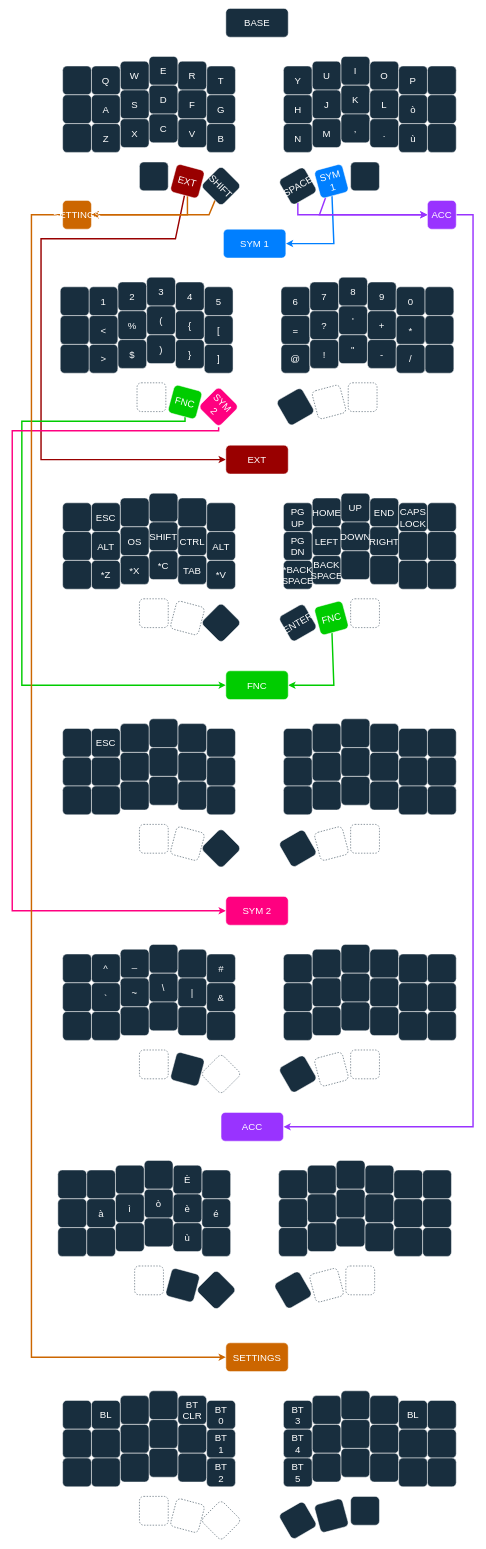
Earlier version of the draw.io diagram Untitled Diagram.drawio (Ajibeckam/zmkcorne). Source tidied: cells renumbered, new cells numbered last; positions are measured from the earlier drawing's top-left corner, leaving out a move shared by most shapes. Both pictures are drawn from the tidied source at 48%, with x=0, y=0 at pixel (12, 8).
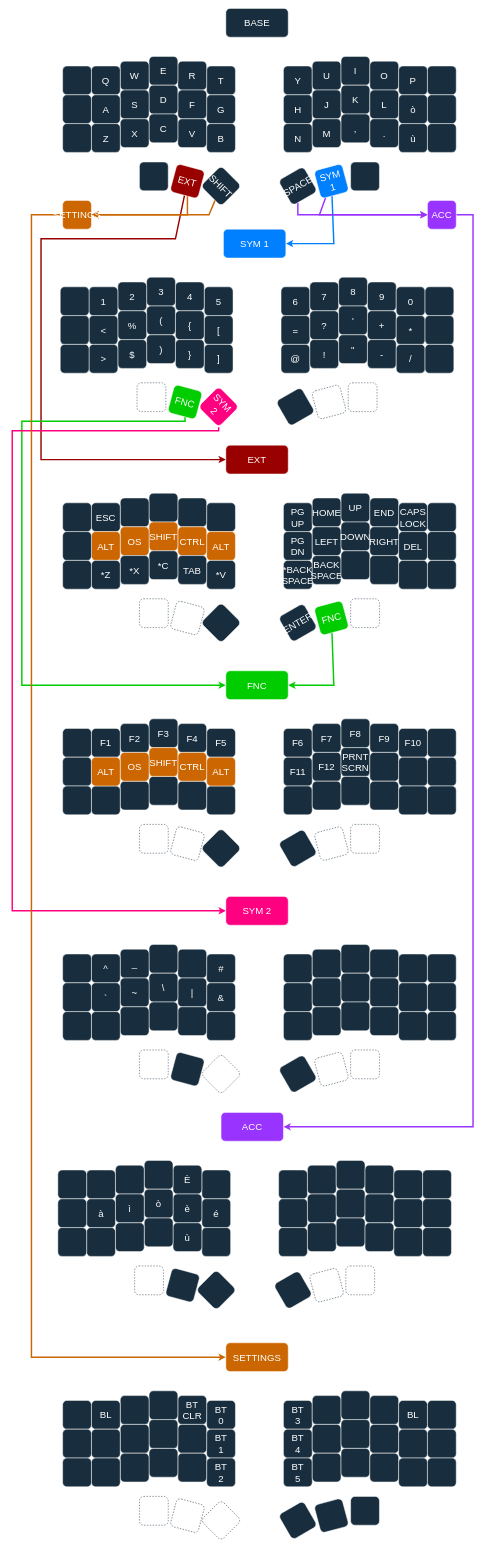
The same diagram, later.

What changed in the source:
```diff
@@
-    <mxCell id="106" style="rounded=1;whiteSpace=wrap;html=1;strokeColor=#FFFFFF;fontColor=#FFFFFF;fillColor=#182E3E;fontSize=20;" parent="1" vertex="1">
+    <mxCell id="106" value="&lt;div&gt;DEL&lt;/div&gt;" style="rounded=1;whiteSpace=wrap;html=1;strokeColor=#FFFFFF;fontColor=#FFFFFF;fillColor=#182E3E;fontSize=20;" parent="1" vertex="1">
       <mxGeometry x="805" y="1090" width="60" height="60" as="geometry" />
     </mxCell>
@@
-    <mxCell id="120" value="ALT" style="rounded=1;whiteSpace=wrap;html=1;strokeColor=#FFFFFF;fontColor=#FFFFFF;fillColor=#182E3E;fontSize=20;" parent="1" vertex="1">
+    <mxCell id="120" value="ALT" style="rounded=1;whiteSpace=wrap;html=1;strokeColor=#FFFFFF;fontColor=#FFFFFF;fillColor=#CC6600;fontSize=20;" parent="1" vertex="1">
       <mxGeometry x="405" y="1090" width="60" height="60" as="geometry" />
     </mxCell>
-    <mxCell id="121" value="CTRL" style="rounded=1;whiteSpace=wrap;html=1;strokeColor=#FFFFFF;fontColor=#FFFFFF;fillColor=#182E3E;fontSize=20;" parent="1" vertex="1">
+    <mxCell id="121" value="CTRL" style="rounded=1;whiteSpace=wrap;html=1;strokeColor=#FFFFFF;fontColor=#FFFFFF;fillColor=#CC6600;fontSize=20;" parent="1" vertex="1">
       <mxGeometry x="345" y="1080" width="60" height="60" as="geometry" />
     </mxCell>
-    <mxCell id="122" value="SHIFT" style="rounded=1;whiteSpace=wrap;html=1;strokeColor=#FFFFFF;fontColor=#FFFFFF;fillColor=#182E3E;fontSize=20;" parent="1" vertex="1">
+    <mxCell id="122" value="SHIFT" style="rounded=1;whiteSpace=wrap;html=1;strokeColor=#FFFFFF;fontColor=#FFFFFF;fillColor=#CC6600;fontSize=20;" parent="1" vertex="1">
       <mxGeometry x="285" y="1070" width="60" height="60" as="geometry" />
     </mxCell>
-    <mxCell id="123" value="OS" style="rounded=1;whiteSpace=wrap;html=1;strokeColor=#FFFFFF;fontColor=#FFFFFF;fillColor=#182E3E;fontSize=20;" parent="1" vertex="1">
+    <mxCell id="123" value="OS" style="rounded=1;whiteSpace=wrap;html=1;strokeColor=#FFFFFF;fontColor=#FFFFFF;fillColor=#CC6600;fontSize=20;" parent="1" vertex="1">
       <mxGeometry x="225" y="1080" width="60" height="60" as="geometry" />
     </mxCell>
-    <mxCell id="124" value="ALT" style="rounded=1;whiteSpace=wrap;html=1;strokeColor=#FFFFFF;fontColor=#FFFFFF;fillColor=#182E3E;fontSize=20;" parent="1" vertex="1">
+    <mxCell id="124" value="ALT" style="rounded=1;whiteSpace=wrap;html=1;strokeColor=#FFFFFF;fontColor=#FFFFFF;fillColor=#CC6600;fontSize=20;" parent="1" vertex="1">
       <mxGeometry x="165" y="1090" width="60" height="60" as="geometry" />
     </mxCell>
@@
-    <mxCell id="142" style="rounded=1;whiteSpace=wrap;html=1;strokeColor=#FFFFFF;fontColor=#FFFFFF;fillColor=#182E3E;fontSize=20;" parent="1" vertex="1">
+    <mxCell id="142" value="F6" style="rounded=1;whiteSpace=wrap;html=1;strokeColor=#FFFFFF;fontColor=#FFFFFF;fillColor=#182E3E;fontSize=20;" parent="1" vertex="1">
       <mxGeometry x="565" y="1500" width="60" height="60" as="geometry" />
     </mxCell>
-    <mxCell id="143" style="rounded=1;whiteSpace=wrap;html=1;strokeColor=#FFFFFF;fontColor=#FFFFFF;fillColor=#182E3E;fontSize=20;" parent="1" vertex="1">
+    <mxCell id="143" value="F7" style="rounded=1;whiteSpace=wrap;html=1;strokeColor=#FFFFFF;fontColor=#FFFFFF;fillColor=#182E3E;fontSize=20;" parent="1" vertex="1">
       <mxGeometry x="625" y="1490" width="60" height="60" as="geometry" />
     </mxCell>
-    <mxCell id="144" style="rounded=1;whiteSpace=wrap;html=1;strokeColor=#FFFFFF;fontColor=#FFFFFF;fillColor=#182E3E;fontSize=20;" parent="1" vertex="1">
+    <mxCell id="144" value="F8" style="rounded=1;whiteSpace=wrap;html=1;strokeColor=#FFFFFF;fontColor=#FFFFFF;fillColor=#182E3E;fontSize=20;" parent="1" vertex="1">
       <mxGeometry x="685" y="1480" width="60" height="60" as="geometry" />
     </mxCell>
-    <mxCell id="145" style="rounded=1;whiteSpace=wrap;html=1;strokeColor=#FFFFFF;fontColor=#FFFFFF;fillColor=#182E3E;fontSize=20;" parent="1" vertex="1">
+    <mxCell id="145" value="F9" style="rounded=1;whiteSpace=wrap;html=1;strokeColor=#FFFFFF;fontColor=#FFFFFF;fillColor=#182E3E;fontSize=20;" parent="1" vertex="1">
       <mxGeometry x="745" y="1490" width="60" height="60" as="geometry" />
     </mxCell>
-    <mxCell id="146" style="rounded=1;whiteSpace=wrap;html=1;strokeColor=#FFFFFF;fontColor=#FFFFFF;fillColor=#182E3E;fontSize=20;" parent="1" vertex="1">
+    <mxCell id="146" value="F10" style="rounded=1;whiteSpace=wrap;html=1;strokeColor=#FFFFFF;fontColor=#FFFFFF;fillColor=#182E3E;fontSize=20;" parent="1" vertex="1">
       <mxGeometry x="805" y="1500" width="60" height="60" as="geometry" />
     </mxCell>
@@
-    <mxCell id="148" style="rounded=1;whiteSpace=wrap;html=1;strokeColor=#FFFFFF;fontColor=#FFFFFF;fillColor=#182E3E;fontSize=20;" parent="1" vertex="1">
+    <mxCell id="148" value="F11" style="rounded=1;whiteSpace=wrap;html=1;strokeColor=#FFFFFF;fontColor=#FFFFFF;fillColor=#182E3E;fontSize=20;" parent="1" vertex="1">
       <mxGeometry x="565" y="1560" width="60" height="60" as="geometry" />
     </mxCell>
-    <mxCell id="149" style="rounded=1;whiteSpace=wrap;html=1;strokeColor=#FFFFFF;fontColor=#FFFFFF;fillColor=#182E3E;fontSize=20;" parent="1" vertex="1">
+    <mxCell id="149" value="F12" style="rounded=1;whiteSpace=wrap;html=1;strokeColor=#FFFFFF;fontColor=#FFFFFF;fillColor=#182E3E;fontSize=20;" parent="1" vertex="1">
       <mxGeometry x="625" y="1550" width="60" height="60" as="geometry" />
     </mxCell>
-    <mxCell id="150" style="rounded=1;whiteSpace=wrap;html=1;strokeColor=#FFFFFF;fontColor=#FFFFFF;fillColor=#182E3E;fontSize=20;" parent="1" vertex="1">
+    <mxCell id="150" value="&lt;div&gt;PRNT&lt;/div&gt;&lt;div&gt;SCRN&lt;br&gt;&lt;/div&gt;" style="rounded=1;whiteSpace=wrap;html=1;strokeColor=#FFFFFF;fontColor=#FFFFFF;fillColor=#182E3E;fontSize=20;" parent="1" vertex="1">
       <mxGeometry x="685" y="1540" width="60" height="60" as="geometry" />
     </mxCell>
@@
-    <mxCell id="160" style="rounded=1;whiteSpace=wrap;html=1;strokeColor=#FFFFFF;fontColor=#FFFFFF;fillColor=#182E3E;fontSize=20;" parent="1" vertex="1">
+    <mxCell id="160" value="F5" style="rounded=1;whiteSpace=wrap;html=1;strokeColor=#FFFFFF;fontColor=#FFFFFF;fillColor=#182E3E;fontSize=20;" parent="1" vertex="1">
       <mxGeometry x="405" y="1500" width="60" height="60" as="geometry" />
     </mxCell>
-    <mxCell id="161" style="rounded=1;whiteSpace=wrap;html=1;strokeColor=#FFFFFF;fontColor=#FFFFFF;fillColor=#182E3E;fontSize=20;" parent="1" vertex="1">
+    <mxCell id="161" value="F4" style="rounded=1;whiteSpace=wrap;html=1;strokeColor=#FFFFFF;fontColor=#FFFFFF;fillColor=#182E3E;fontSize=20;" parent="1" vertex="1">
       <mxGeometry x="345" y="1490" width="60" height="60" as="geometry" />
     </mxCell>
-    <mxCell id="162" style="rounded=1;whiteSpace=wrap;html=1;strokeColor=#FFFFFF;fontColor=#FFFFFF;fillColor=#182E3E;fontSize=20;" parent="1" vertex="1">
+    <mxCell id="162" value="F3" style="rounded=1;whiteSpace=wrap;html=1;strokeColor=#FFFFFF;fontColor=#FFFFFF;fillColor=#182E3E;fontSize=20;" parent="1" vertex="1">
       <mxGeometry x="285" y="1480" width="60" height="60" as="geometry" />
     </mxCell>
-    <mxCell id="163" style="rounded=1;whiteSpace=wrap;html=1;strokeColor=#FFFFFF;fontColor=#FFFFFF;fillColor=#182E3E;fontSize=20;" parent="1" vertex="1">
+    <mxCell id="163" value="F2" style="rounded=1;whiteSpace=wrap;html=1;strokeColor=#FFFFFF;fontColor=#FFFFFF;fillColor=#182E3E;fontSize=20;" parent="1" vertex="1">
       <mxGeometry x="225" y="1490" width="60" height="60" as="geometry" />
     </mxCell>
-    <mxCell id="164" value="ESC" style="rounded=1;whiteSpace=wrap;html=1;strokeColor=#FFFFFF;fontColor=#FFFFFF;fillColor=#182E3E;fontSize=20;" parent="1" vertex="1">
+    <mxCell id="164" value="F1" style="rounded=1;whiteSpace=wrap;html=1;strokeColor=#FFFFFF;fontColor=#FFFFFF;fillColor=#182E3E;fontSize=20;" parent="1" vertex="1">
       <mxGeometry x="165" y="1500" width="60" height="60" as="geometry" />
     </mxCell>
@@
-    <mxCell id="166" style="rounded=1;whiteSpace=wrap;html=1;strokeColor=#FFFFFF;fontColor=#FFFFFF;fillColor=#182E3E;fontSize=20;" parent="1" vertex="1">
-      <mxGeometry x="405" y="1560" width="60" height="60" as="geometry" />
-    </mxCell>
-    <mxCell id="167" style="rounded=1;whiteSpace=wrap;html=1;strokeColor=#FFFFFF;fontColor=#FFFFFF;fillColor=#182E3E;fontSize=20;" parent="1" vertex="1">
-      <mxGeometry x="345" y="1550" width="60" height="60" as="geometry" />
-    </mxCell>
-    <mxCell id="168" style="rounded=1;whiteSpace=wrap;html=1;strokeColor=#FFFFFF;fontColor=#FFFFFF;fillColor=#182E3E;fontSize=20;" parent="1" vertex="1">
-      <mxGeometry x="285" y="1540" width="60" height="60" as="geometry" />
-    </mxCell>
-    <mxCell id="169" style="rounded=1;whiteSpace=wrap;html=1;strokeColor=#FFFFFF;fontColor=#FFFFFF;fillColor=#182E3E;fontSize=20;" parent="1" vertex="1">
-      <mxGeometry x="225" y="1550" width="60" height="60" as="geometry" />
-    </mxCell>
-    <mxCell id="170" style="rounded=1;whiteSpace=wrap;html=1;strokeColor=#FFFFFF;fontColor=#FFFFFF;fillColor=#182E3E;fontSize=20;" parent="1" vertex="1">
-      <mxGeometry x="165" y="1560" width="60" height="60" as="geometry" />
-    </mxCell>
@@
+    <mxCell id="316" value="ALT" style="rounded=1;whiteSpace=wrap;html=1;strokeColor=#FFFFFF;fontColor=#FFFFFF;fillColor=#CC6600;fontSize=20;" parent="1" vertex="1">
+      <mxGeometry x="405" y="1560" width="60" height="60" as="geometry" />
+    </mxCell>
+    <mxCell id="317" value="CTRL" style="rounded=1;whiteSpace=wrap;html=1;strokeColor=#FFFFFF;fontColor=#FFFFFF;fillColor=#CC6600;fontSize=20;" parent="1" vertex="1">
+      <mxGeometry x="345" y="1550" width="60" height="60" as="geometry" />
+    </mxCell>
+    <mxCell id="318" value="SHIFT" style="rounded=1;whiteSpace=wrap;html=1;strokeColor=#FFFFFF;fontColor=#FFFFFF;fillColor=#CC6600;fontSize=20;" parent="1" vertex="1">
+      <mxGeometry x="285" y="1540" width="60" height="60" as="geometry" />
+    </mxCell>
+    <mxCell id="319" value="OS" style="rounded=1;whiteSpace=wrap;html=1;strokeColor=#FFFFFF;fontColor=#FFFFFF;fillColor=#CC6600;fontSize=20;" parent="1" vertex="1">
+      <mxGeometry x="225" y="1550" width="60" height="60" as="geometry" />
+    </mxCell>
+    <mxCell id="320" value="ALT" style="rounded=1;whiteSpace=wrap;html=1;strokeColor=#FFFFFF;fontColor=#FFFFFF;fillColor=#CC6600;fontSize=20;" parent="1" vertex="1">
+      <mxGeometry x="165" y="1560" width="60" height="60" as="geometry" />
+    </mxCell>
```
